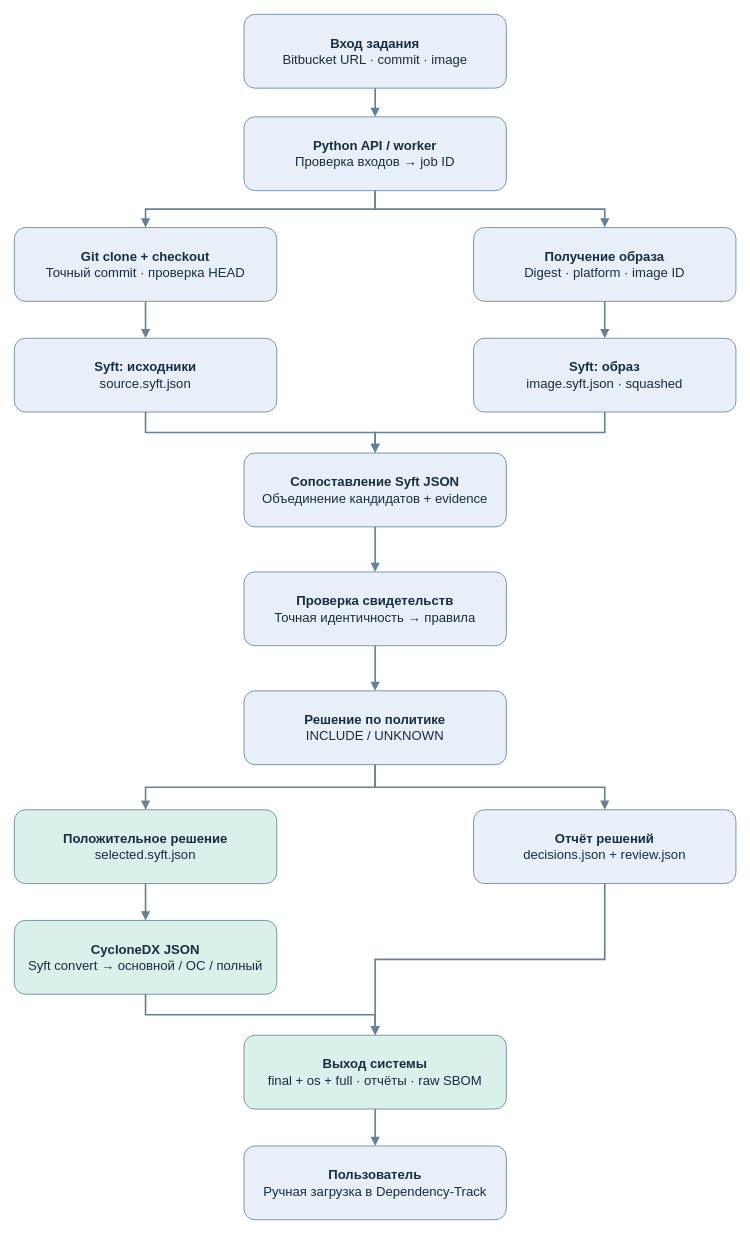
Before: page "01 Поток системы" (1 of 2) of docs/system-workflow.drawio in prince174/sbom_creator, a draw.io diagram. Source tidied: cells renumbered, new cells numbered last; positions are measured from the earlier drawing's top-left corner, leaving out a move shared by most shapes. Both pictures are drawn from the tidied source at 82%, with x=0, y=0 at pixel (14, 14).
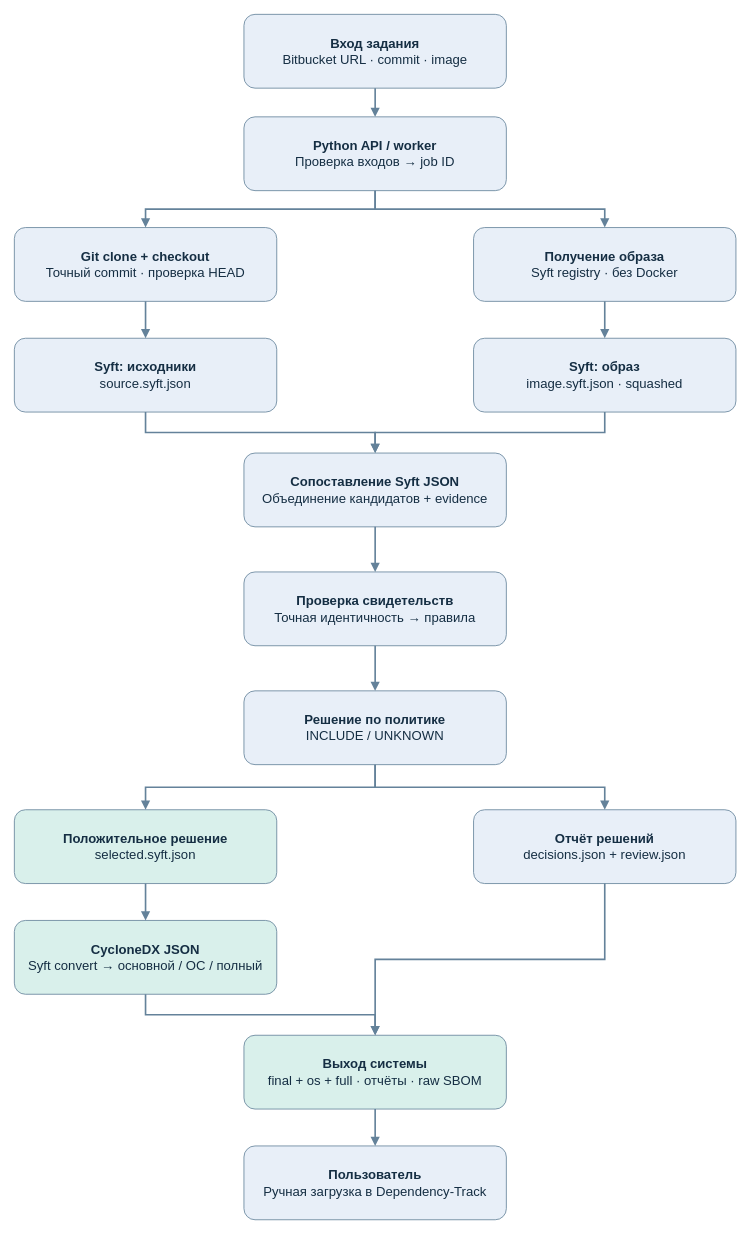
After the change.

Diff of the diagram source:
```diff
@@
-    <mxCell id="5" value="&lt;b&gt;Получение образа&lt;/b&gt;&lt;br&gt;Digest · platform · image ID" style="rounded=1;whiteSpace=wrap;html=1;fillColor=#e8eff8;strokeColor=#64829a;fontColor=#152e43;fontSize=16;spacing=10;" parent="1" vertex="1">
+    <mxCell id="5" value="&lt;b&gt;Получение образа&lt;/b&gt;&lt;br&gt;Syft registry · без Docker" style="rounded=1;whiteSpace=wrap;html=1;fillColor=#e8eff8;strokeColor=#64829a;fontColor=#152e43;fontSize=16;spacing=10;" parent="1" vertex="1">
       <mxGeometry x="560" y="260" width="320" height="90" as="geometry" />
     </mxCell>
```
